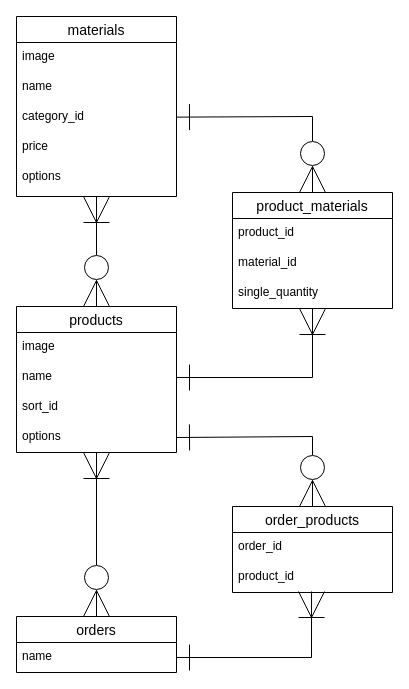
The draw.io diagram page "ページ1" (1 of 2) of ER.dio in yokichioshima/hayokaeru, before the edit. Source tidied: cells renumbered, new cells numbered last; positions are measured from the earlier drawing's top-left corner, leaving out a move shared by most shapes. Both pictures are drawn from the tidied source at 100%, with x=0, y=0 at pixel (16, 16).
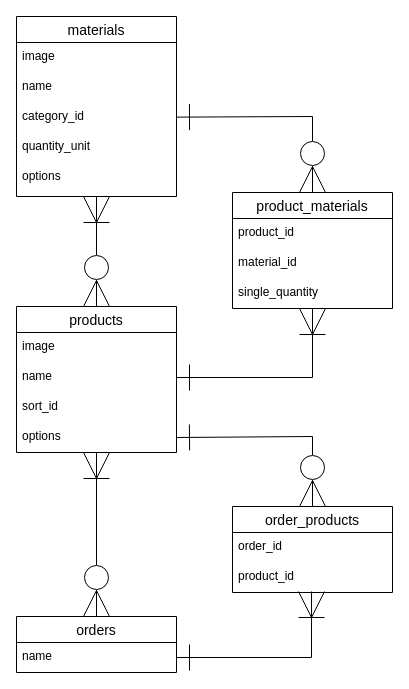
Above is the later version.

The change refers to these unchanged cells:
```xml
<mxCell id="3" value="materials" style="swimlane;fontStyle=0;horizontal=1;startSize=26;align=center;fontSize=14;" parent="1" vertex="1">
  <mxGeometry width="160" height="180" as="geometry" />
</mxCell>
```

Change to the diagram source:
```diff
@@
-    <mxCell id="7" value="price" style="text;strokeColor=none;fillColor=none;spacingLeft=4;spacingRight=4;overflow=hidden;fontSize=12;" parent="3" vertex="1">
+    <mxCell id="7" value="quantity_unit" style="text;strokeColor=none;fillColor=none;spacingLeft=4;spacingRight=4;overflow=hidden;fontSize=12;" parent="3" vertex="1">
       <mxGeometry y="116" width="160" height="30" as="geometry" />
     </mxCell>
```
